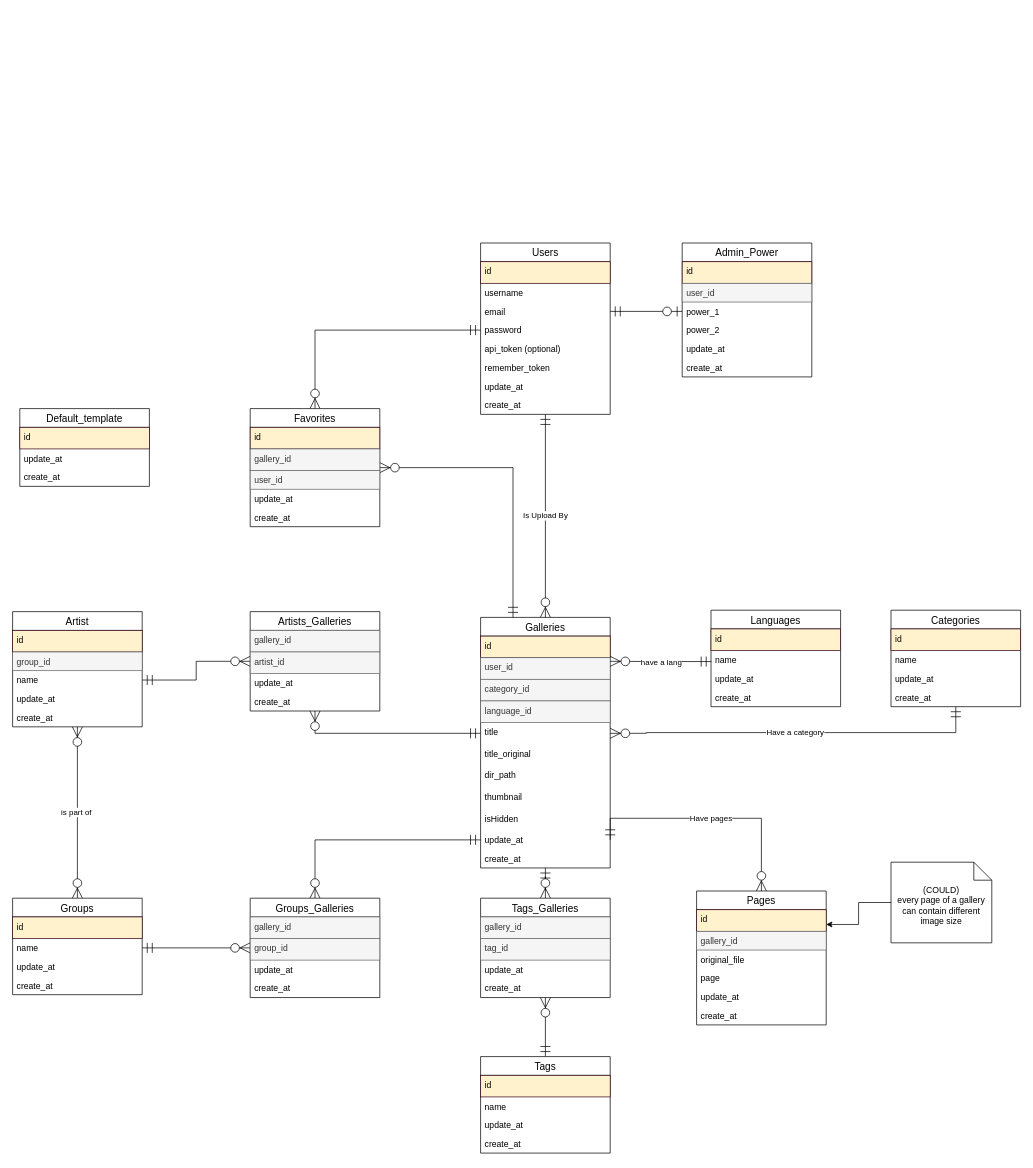
chandieka/D-Reader keeps this draw.io diagram as D-Reader ERD.drawio. Above is the earlier version. Source tidied: cells renumbered, new cells numbered last; positions are measured from the earlier drawing's top-left corner, leaving out a move shared by most shapes. Both pictures are drawn from the tidied source at 72%, with x=0, y=0 at pixel (12, 243).
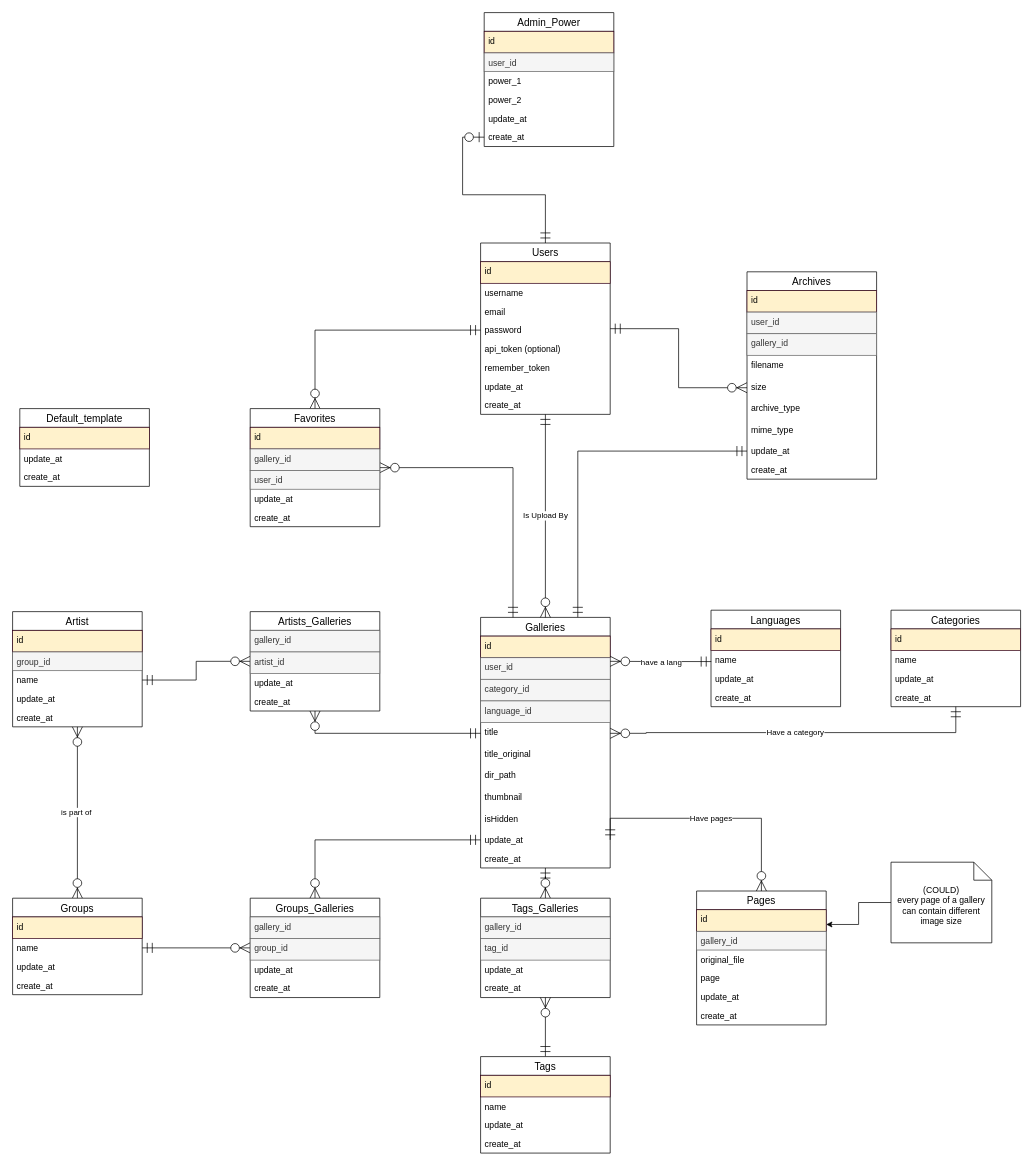
After the change.

Unchanged cells that the change refers to:
```xml
<mxCell id="3" value="Galleries" style="swimlane;fontStyle=0;horizontal=1;startSize=26;align=center;fontSize=14;" parent="1" vertex="1">
  <mxGeometry x="650" y="520" width="180" height="348" as="geometry" />
</mxCell>
<mxCell id="21" value="Users" style="swimlane;fontStyle=0;horizontal=1;startSize=26;align=center;fontSize=14;" parent="1" vertex="1">
  <mxGeometry x="650" width="180" height="238" as="geometry" />
</mxCell>
<mxCell id="24" value="email" style="text;strokeColor=none;fillColor=none;align=left;verticalAlign=top;spacingLeft=4;spacingRight=4;overflow=hidden;points=[[0,0.5],[1,0.5]];portConstraint=eastwest;" parent="21" vertex="1">
  <mxGeometry y="82" width="180" height="26" as="geometry" />
</mxCell>
<mxCell id="45" value="power_1" style="text;strokeColor=none;fillColor=none;align=left;verticalAlign=top;spacingLeft=4;spacingRight=4;overflow=hidden;points=[[0,0.5],[1,0.5]];portConstraint=eastwest;" parent="42" vertex="1">
  <mxGeometry y="82" width="180" height="26" as="geometry" />
</mxCell>
<mxCell id="48" value="create_at" style="text;strokeColor=none;fillColor=none;align=left;verticalAlign=top;spacingLeft=4;spacingRight=4;overflow=hidden;points=[[0,0.5],[1,0.5]];portConstraint=eastwest;" parent="42" vertex="1">
  <mxGeometry y="160" width="180" height="26" as="geometry" />
</mxCell>
```

The edit, as a diff of the source:
```diff
@@
+    <mxCell id="104" style="edgeStyle=orthogonalEdgeStyle;rounded=0;jettySize=auto;html=1;exitX=0.75;exitY=0;exitDx=0;exitDy=0;entryX=0;entryY=0.5;entryDx=0;entryDy=0;endArrow=ERmandOne;endFill=0;endSize=12;startSize=12;startArrow=ERmandOne;startFill=0;" parent="1" edge="1" source="3" target="114">
+      <mxGeometry relative="1" as="geometry" />
+    </mxCell>
@@
-    <mxCell id="20" style="edgeStyle=orthogonalEdgeStyle;rounded=0;jettySize=auto;html=1;startArrow=ERmandOne;startFill=0;startSize=12;endArrow=ERzeroToOne;endFill=1;endSize=12;exitX=1;exitY=0.5;exitDx=0;exitDy=0;entryX=0;entryY=0.5;entryDx=0;entryDy=0;" parent="1" edge="1" source="24" target="45">
+    <mxCell id="20" style="edgeStyle=orthogonalEdgeStyle;rounded=0;jettySize=auto;html=1;startArrow=ERmandOne;startFill=0;startSize=12;endArrow=ERzeroToOne;endFill=1;endSize=12;exitX=0.5;exitY=0;exitDx=0;exitDy=0;" parent="1" edge="1" source="21" target="48">
       <mxGeometry relative="1" as="geometry" />
     </mxCell>
+    <mxCell id="105" style="edgeStyle=orthogonalEdgeStyle;rounded=0;jettySize=auto;html=1;entryX=0;entryY=0.5;entryDx=0;entryDy=0;startArrow=ERmandOne;startFill=0;endArrow=ERzeroToMany;endFill=1;endSize=12;startSize=12;" parent="1" edge="1" source="21" target="111">
+      <mxGeometry relative="1" as="geometry" />
+    </mxCell>
@@
     <mxCell id="42" value="Admin_Power" style="swimlane;fontStyle=0;horizontal=1;startSize=26;align=center;fontSize=14;" parent="1" vertex="1">
-      <mxGeometry x="930" width="180" height="186" as="geometry" />
+      <mxGeometry x="655" y="-320" width="180" height="186" as="geometry" />
     </mxCell>
@@
+    <mxCell id="106" value="Archives" style="swimlane;fontStyle=0;horizontal=1;startSize=26;align=center;fontSize=14;" parent="1" vertex="1">
+      <mxGeometry x="1020" y="40" width="180" height="288" as="geometry" />
+    </mxCell>
+    <mxCell id="107" value="id" style="text;spacingLeft=4;spacingRight=4;overflow=hidden;fontSize=12;fillColor=#fff2cc;strokeColor=#33001A;" parent="106" vertex="1">
+      <mxGeometry y="26" width="180" height="30" as="geometry" />
+    </mxCell>
+    <mxCell id="108" value="user_id" style="text;strokeColor=#666666;fillColor=#f5f5f5;spacingLeft=4;spacingRight=4;overflow=hidden;fontSize=12;fontColor=#333333;" parent="106" vertex="1">
+      <mxGeometry y="56" width="180" height="30" as="geometry" />
+    </mxCell>
+    <mxCell id="109" value="gallery_id" style="text;strokeColor=#666666;fillColor=#f5f5f5;spacingLeft=4;spacingRight=4;overflow=hidden;fontSize=12;fontColor=#333333;" parent="106" vertex="1">
+      <mxGeometry y="86" width="180" height="30" as="geometry" />
+    </mxCell>
+    <mxCell id="110" value="filename" style="text;strokeColor=none;fillColor=none;spacingLeft=4;spacingRight=4;overflow=hidden;fontSize=12;" parent="106" vertex="1">
+      <mxGeometry y="116" width="180" height="30" as="geometry" />
+    </mxCell>
+    <mxCell id="111" value="size" style="text;strokeColor=none;fillColor=none;spacingLeft=4;spacingRight=4;overflow=hidden;points=[[0,0.5],[1,0.5]];portConstraint=eastwest;fontSize=12;" parent="106" vertex="1">
+      <mxGeometry y="146" width="180" height="30" as="geometry" />
+    </mxCell>
+    <mxCell id="112" value="archive_type" style="text;strokeColor=none;fillColor=none;spacingLeft=4;spacingRight=4;overflow=hidden;fontSize=12;" parent="106" vertex="1">
+      <mxGeometry y="176" width="180" height="30" as="geometry" />
+    </mxCell>
+    <mxCell id="113" value="mime_type" style="text;strokeColor=none;fillColor=none;spacingLeft=4;spacingRight=4;overflow=hidden;fontSize=12;" parent="106" vertex="1">
+      <mxGeometry y="206" width="180" height="30" as="geometry" />
+    </mxCell>
+    <mxCell id="114" value="update_at" style="text;strokeColor=none;fillColor=none;align=left;verticalAlign=top;spacingLeft=4;spacingRight=4;overflow=hidden;points=[[0,0.5],[1,0.5]];portConstraint=eastwest;" parent="106" vertex="1">
+      <mxGeometry y="236" width="180" height="26" as="geometry" />
+    </mxCell>
+    <mxCell id="115" value="create_at" style="text;strokeColor=none;fillColor=none;align=left;verticalAlign=top;spacingLeft=4;spacingRight=4;overflow=hidden;" parent="106" vertex="1">
+      <mxGeometry y="262" width="180" height="26" as="geometry" />
+    </mxCell>
```
